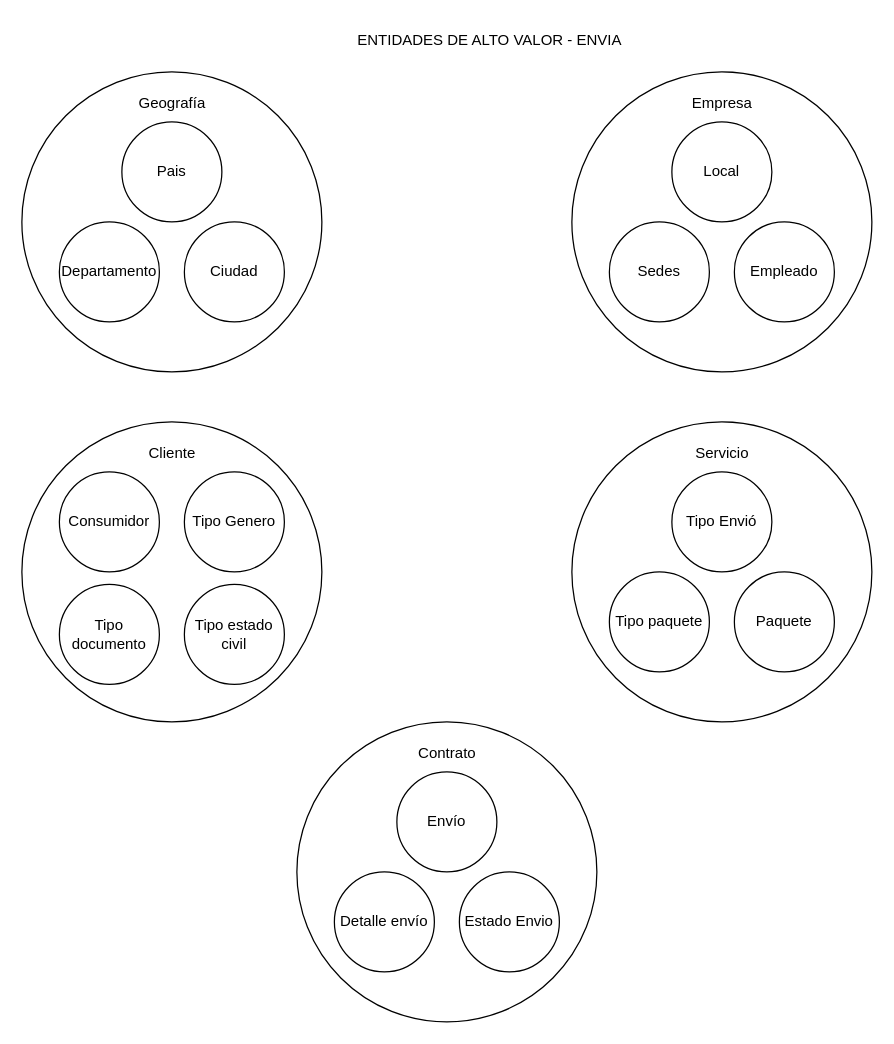
Above: page "Entidades de alto valor" (5 of 7) of 1. Planear/Envia.drawio in Jlcastano22/Envia (draw.io), before the change. Source tidied: cells renumbered, new cells numbered last; positions are measured from the earlier drawing's top-left corner, leaving out a move shared by most shapes. Both pictures are drawn from the tidied source at 125%, with x=0, y=0 at pixel (21, 21).
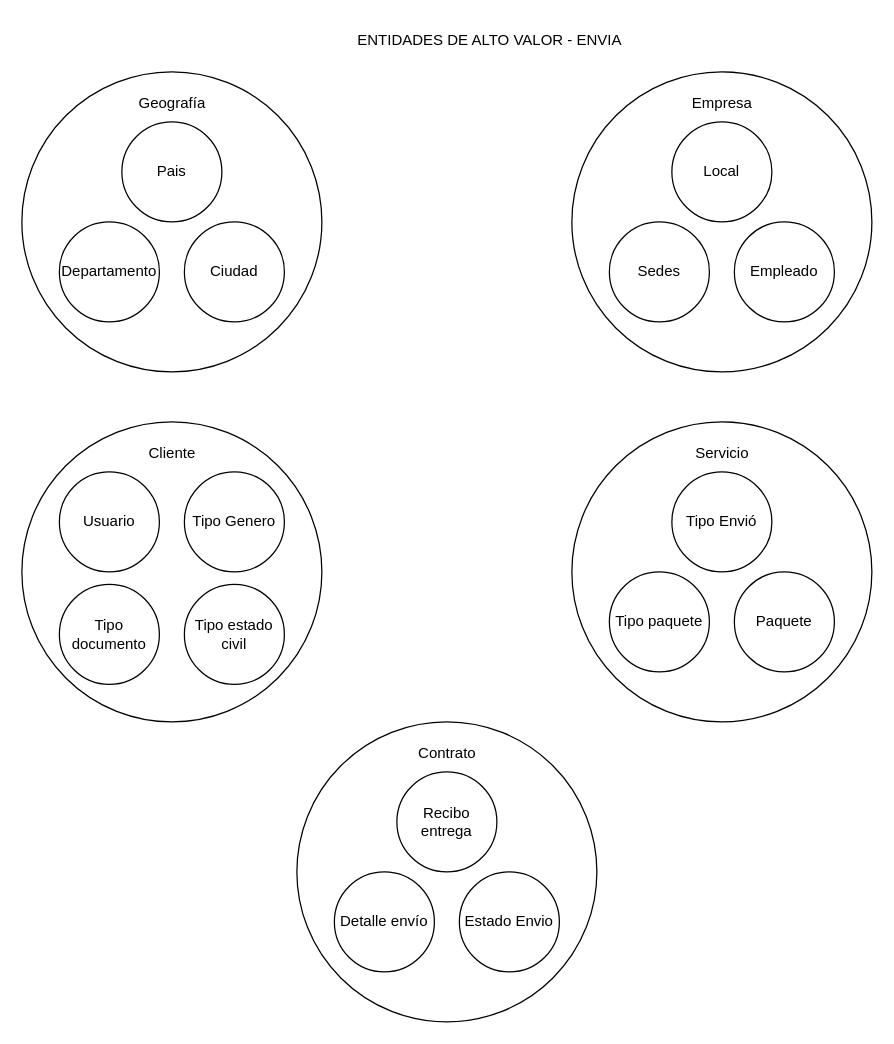
After the change.

Change to the diagram source:
```diff
@@
-    <mxCell id="12" value="Consumidor" style="ellipse;whiteSpace=wrap;html=1;" parent="1" vertex="1">
+    <mxCell id="12" value="Usuario" style="ellipse;whiteSpace=wrap;html=1;" parent="1" vertex="1">
       <mxGeometry x="30" y="360" width="80" height="80" as="geometry" />
     </mxCell>
@@
-    <mxCell id="25" value="Envío" style="ellipse;whiteSpace=wrap;html=1;" parent="1" vertex="1">
+    <mxCell id="25" value="Recibo entrega" style="ellipse;whiteSpace=wrap;html=1;" parent="1" vertex="1">
       <mxGeometry x="300" y="600" width="80" height="80" as="geometry" />
     </mxCell>
```
